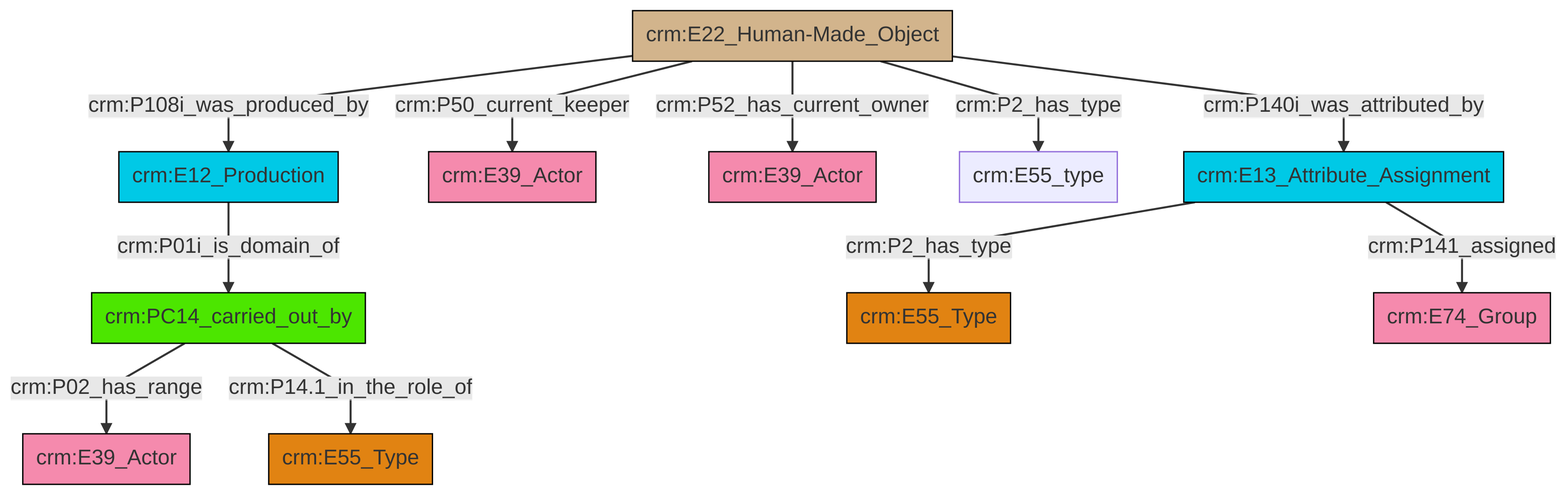
Above: et/artworkCSV/ttl/mmd/png/Artwork_Actor_Relations.png in swiss-art-research-net/docs.swissartresearch (Mermaid), before the change. Its source is kept beside it as et/artworkCSV/ttl/mmd/Artwork_Actor_Relations.ttl.mmd. Its diagram source:
```mermaid
graph TD
classDef Literal fill:#f2f2f2,stroke:#000000;
classDef CRM_Entity fill:#FFFFFF,stroke:#000000;
classDef Temporal_Entity fill:#00C9E6, stroke:#000000;
classDef Type fill:#E18312, stroke:#000000;
classDef Time-Span fill:#2C9C91, stroke:#000000;
classDef Appellation fill:#FFEB7F, stroke:#000000;
classDef Place fill:#008836, stroke:#000000;
classDef Persistent_Item fill:#B266B2, stroke:#000000;
classDef Conceptual_Object fill:#FFD700, stroke:#000000;
classDef Physical_Thing fill:#D2B48C, stroke:#000000;
classDef Actor fill:#f58aad, stroke:#000000;
classDef PC_Classes fill:#4ce600, stroke:#000000;
classDef Multi fill:#cccccc,stroke:#000000;

0["crm:E12_Production"]:::Temporal_Entity -->|crm:P01i_is_domain_of| 1["crm:PC14_carried_out_by"]:::PC_Classes
1["crm:PC14_carried_out_by"]:::PC_Classes -->|crm:P02_has_range| 2["crm:E39_Actor"]:::Actor
4["crm:E22_Human-Made_Object"]:::Physical_Thing -->|crm:P50_current_keeper| 5["crm:E39_Actor"]:::Actor
4["crm:E22_Human-Made_Object"]:::Physical_Thing -->|crm:P52_has_current_owner| 7["crm:E39_Actor"]:::Actor
4["crm:E22_Human-Made_Object"]:::Physical_Thing -->|crm:P2_has_type| 10["crm:E55_type"]:::Default
19["crm:E13_Attribute_Assignment"]:::Temporal_Entity -->|crm:P141_assigned| 12["crm:E74_Group"]:::Actor
4["crm:E22_Human-Made_Object"]:::Physical_Thing -->|crm:P108i_was_produced_by| 0["crm:E12_Production"]:::Temporal_Entity
4["crm:E22_Human-Made_Object"]:::Physical_Thing -->|crm:P140i_was_attributed_by| 19["crm:E13_Attribute_Assignment"]:::Temporal_Entity
1["crm:PC14_carried_out_by"]:::PC_Classes -->|crm:P14.1_in_the_role_of| 21["crm:E55_Type"]:::Type
19["crm:E13_Attribute_Assignment"]:::Temporal_Entity -->|crm:P2_has_type| 8["crm:E55_Type"]:::Type
```
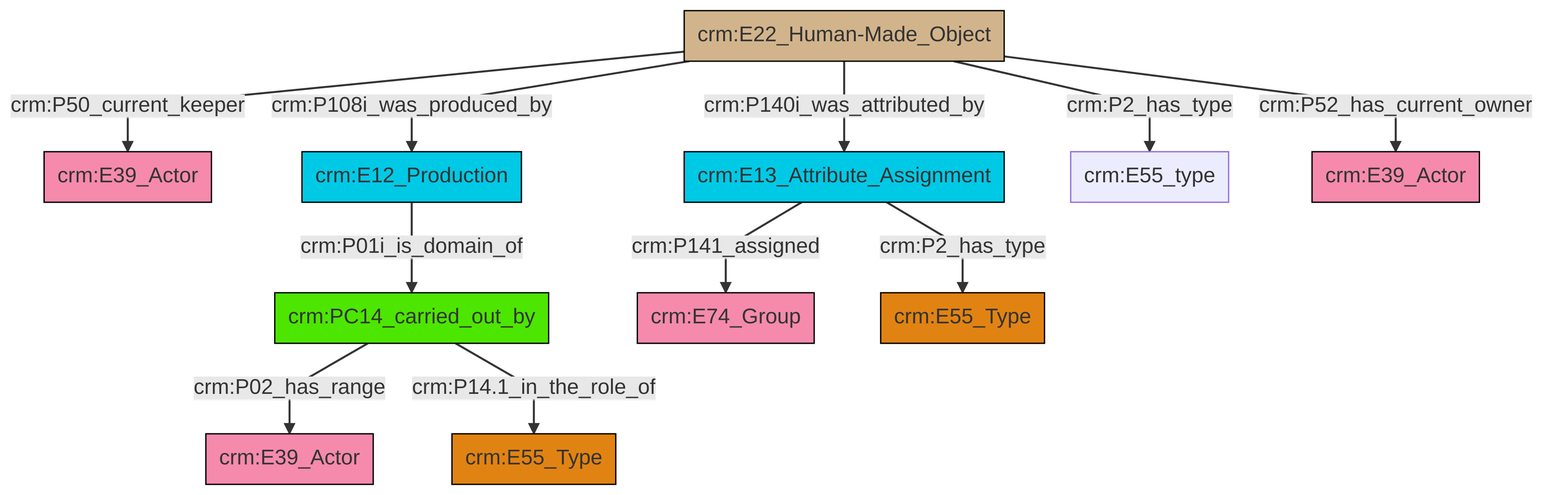
Above is the later version.

Change to the diagram source:
```diff
@@ -13,13 +13,13 @@
 classDef PC_Classes fill:#4ce600, stroke:#000000;
 classDef Multi fill:#cccccc,stroke:#000000;
 
-0["crm:E12_Production"]:::Temporal_Entity -->|crm:P01i_is_domain_of| 1["crm:PC14_carried_out_by"]:::PC_Classes
-1["crm:PC14_carried_out_by"]:::PC_Classes -->|crm:P02_has_range| 2["crm:E39_Actor"]:::Actor
-4["crm:E22_Human-Made_Object"]:::Physical_Thing -->|crm:P50_current_keeper| 5["crm:E39_Actor"]:::Actor
-4["crm:E22_Human-Made_Object"]:::Physical_Thing -->|crm:P52_has_current_owner| 7["crm:E39_Actor"]:::Actor
-4["crm:E22_Human-Made_Object"]:::Physical_Thing -->|crm:P2_has_type| 10["crm:E55_type"]:::Default
-19["crm:E13_Attribute_Assignment"]:::Temporal_Entity -->|crm:P141_assigned| 12["crm:E74_Group"]:::Actor
-4["crm:E22_Human-Made_Object"]:::Physical_Thing -->|crm:P108i_was_produced_by| 0["crm:E12_Production"]:::Temporal_Entity
-4["crm:E22_Human-Made_Object"]:::Physical_Thing -->|crm:P140i_was_attributed_by| 19["crm:E13_Attribute_Assignment"]:::Temporal_Entity
-1["crm:PC14_carried_out_by"]:::PC_Classes -->|crm:P14.1_in_the_role_of| 21["crm:E55_Type"]:::Type
-19["crm:E13_Attribute_Assignment"]:::Temporal_Entity -->|crm:P2_has_type| 8["crm:E55_Type"]:::Type
+0["crm:E22_Human-Made_Object"]:::Physical_Thing -->|crm:P50_current_keeper| 1["crm:E39_Actor"]:::Actor
+0["crm:E22_Human-Made_Object"]:::Physical_Thing -->|crm:P108i_was_produced_by| 2["crm:E12_Production"]:::Temporal_Entity
+3["crm:PC14_carried_out_by"]:::PC_Classes -->|crm:P02_has_range| 4["crm:E39_Actor"]:::Actor
+5["crm:E13_Attribute_Assignment"]:::Temporal_Entity -->|crm:P141_assigned| 6["crm:E74_Group"]:::Actor
+5["crm:E13_Attribute_Assignment"]:::Temporal_Entity -->|crm:P2_has_type| 7["crm:E55_Type"]:::Type
+2["crm:E12_Production"]:::Temporal_Entity -->|crm:P01i_is_domain_of| 3["crm:PC14_carried_out_by"]:::PC_Classes
+0["crm:E22_Human-Made_Object"]:::Physical_Thing -->|crm:P52_has_current_owner| 15["crm:E39_Actor"]:::Actor
+3["crm:PC14_carried_out_by"]:::PC_Classes -->|crm:P14.1_in_the_role_of| 8["crm:E55_Type"]:::Type
+0["crm:E22_Human-Made_Object"]:::Physical_Thing -->|crm:P2_has_type| 12["crm:E55_type"]:::Default
+0["crm:E22_Human-Made_Object"]:::Physical_Thing -->|crm:P140i_was_attributed_by| 5["crm:E13_Attribute_Assignment"]:::Temporal_Entity
```
